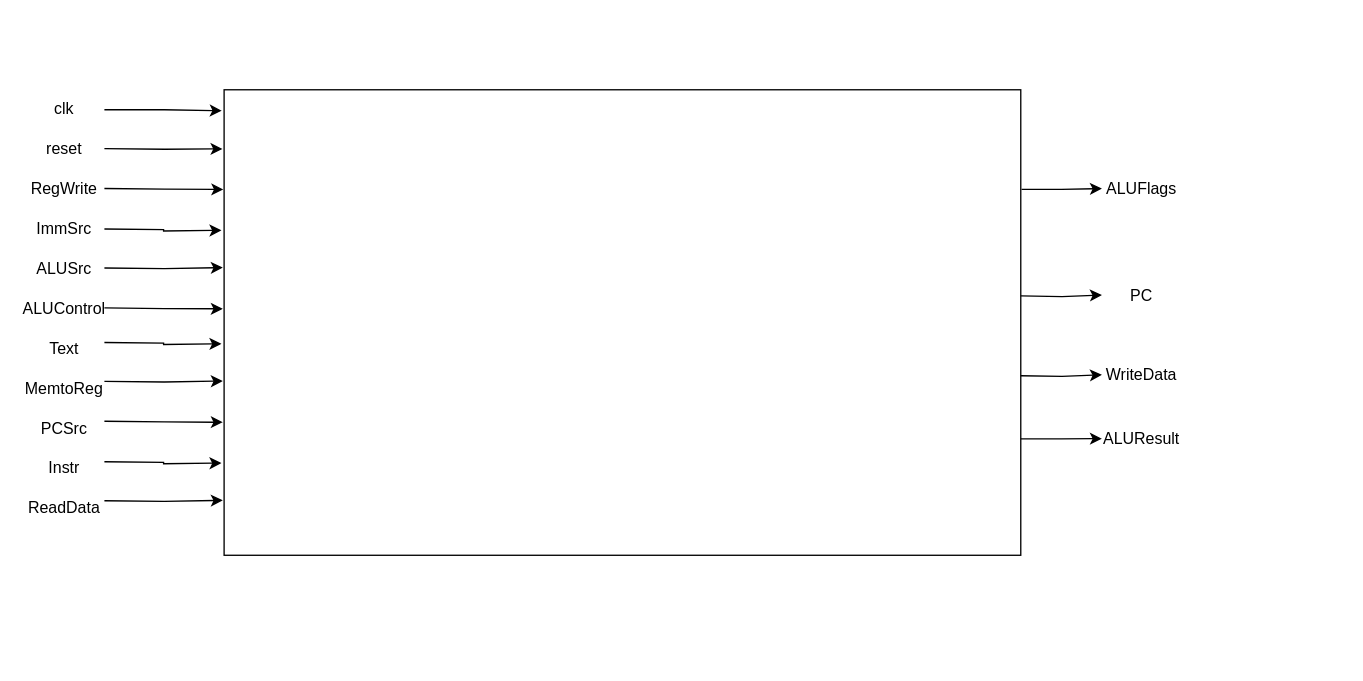
Before: ARM Single.drawio in pgpsouza/ARM_single.sv-hardware-schematic-, a draw.io diagram. Source tidied: cells renumbered, new cells numbered last; positions are measured from the earlier drawing's top-left corner, leaving out a move shared by most shapes. Both pictures are drawn from the tidied source at 133%, with x=0, y=0 at pixel (24, 89).
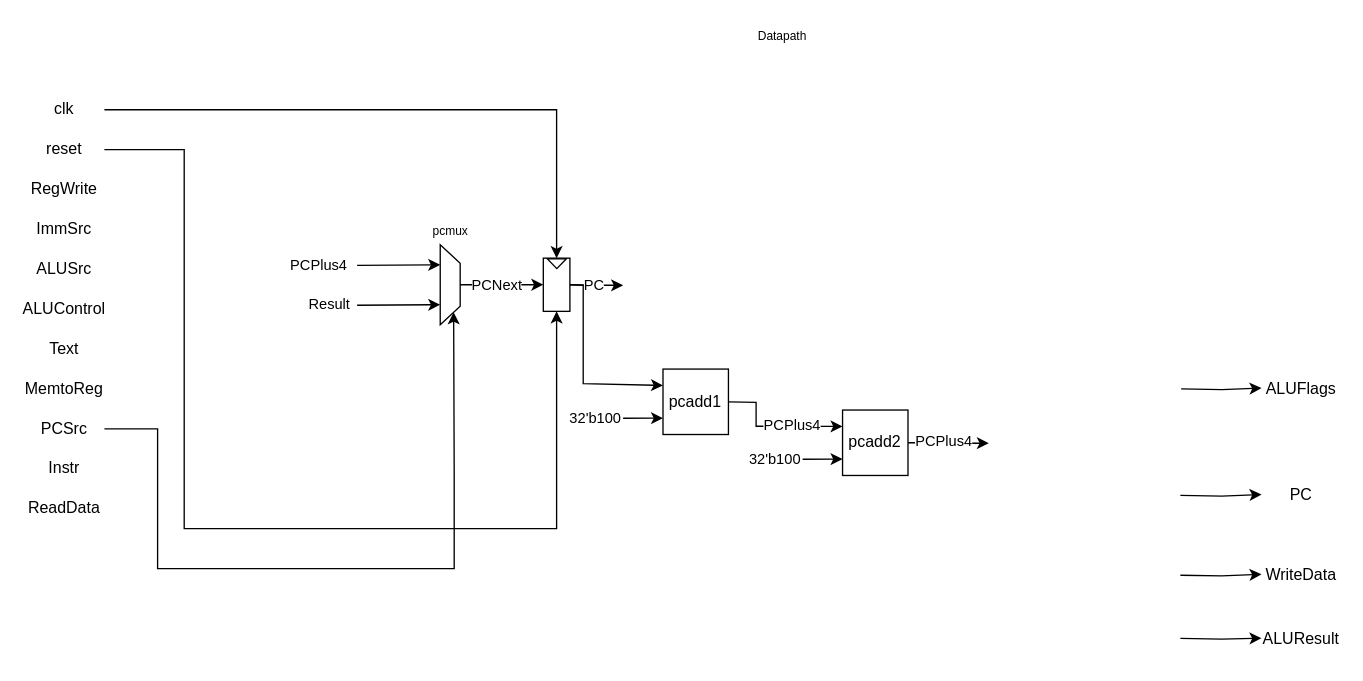
After the change.

The change refers to these unchanged cells:
```xml
<mxCell id="7" value="reset" style="text;html=1;align=center;verticalAlign=middle;whiteSpace=wrap;rounded=0;" parent="1" vertex="1">
  <mxGeometry y="30" width="60" height="30" as="geometry" />
</mxCell>
<mxCell id="10" value="PCSrc" style="text;html=1;align=center;verticalAlign=middle;whiteSpace=wrap;rounded=0;" parent="1" vertex="1">
  <mxGeometry y="240" width="60" height="30" as="geometry" />
</mxCell>
<mxCell id="14" value="clk" style="text;html=1;align=center;verticalAlign=middle;whiteSpace=wrap;rounded=0;" parent="1" vertex="1">
  <mxGeometry width="60" height="30" as="geometry" />
</mxCell>
```

What changed in the source:
```diff
@@
-    <mxCell id="2" style="edgeStyle=orthogonalEdgeStyle;rounded=0;jettySize=auto;html=1;exitX=1;exitY=0.75;exitDx=0;exitDy=0;" parent="1" edge="1" source="3">
+    <mxCell id="2" style="edgeStyle=orthogonalEdgeStyle;rounded=0;orthogonalLoop=1;jettySize=auto;html=1;exitX=1;exitY=0.75;exitDx=0;exitDy=0;" parent="1" edge="1">
       <mxGeometry relative="1" as="geometry">
-        <mxPoint x="810" y="262.3" as="targetPoint" />
+        <mxPoint x="869" y="412.5" as="sourcePoint" />
+        <mxPoint x="930" y="412.3" as="targetPoint" />
       </mxGeometry>
     </mxCell>
-    <mxCell id="3" style="rounded=0;whiteSpace=wrap;html=1;fillColor=none;" parent="1" vertex="1">
-      <mxGeometry x="150" width="599" height="350" as="geometry" />
-    </mxCell>
@@
+    <mxCell id="33" style="edgeStyle=orthogonalEdgeStyle;rounded=0;jettySize=auto;html=1;entryX=0;entryY=0.5;entryDx=0;entryDy=0;exitX=1;exitY=0.5;exitDx=0;exitDy=0;" parent="1" edge="1" source="7" target="35">
+      <mxGeometry relative="1" as="geometry">
+        <Array as="points">
+          <mxPoint x="120" y="45" />
+          <mxPoint x="120" y="330" />
+          <mxPoint x="400" y="330" />
+        </Array>
+      </mxGeometry>
+    </mxCell>
@@
+    <mxCell id="34" style="edgeStyle=orthogonalEdgeStyle;rounded=0;jettySize=auto;html=1;entryX=0;entryY=0.75;entryDx=0;entryDy=0;" parent="1" edge="1" source="10" target="39">
+      <mxGeometry relative="1" as="geometry">
+        <Array as="points">
+          <mxPoint x="100" y="255" />
+          <mxPoint x="100" y="360" />
+          <mxPoint x="323" y="360" />
+          <mxPoint x="323" y="288" />
+        </Array>
+      </mxGeometry>
+    </mxCell>
@@
-    <mxCell id="15" style="edgeStyle=orthogonalEdgeStyle;rounded=0;jettySize=auto;html=1;exitX=1;exitY=0.5;exitDx=0;exitDy=0;entryX=-0.003;entryY=0.045;entryDx=0;entryDy=0;entryPerimeter=0;" parent="1" edge="1" source="14" target="3">
+    <mxCell id="15" style="edgeStyle=orthogonalEdgeStyle;rounded=0;jettySize=auto;html=1;entryX=1;entryY=0.5;entryDx=0;entryDy=0;exitX=1;exitY=0.5;exitDx=0;exitDy=0;" parent="1" edge="1" source="14" target="35">
       <mxGeometry relative="1" as="geometry" />
     </mxCell>
-    <mxCell id="16" style="edgeStyle=orthogonalEdgeStyle;rounded=0;jettySize=auto;html=1;exitX=1;exitY=0.5;exitDx=0;exitDy=0;entryX=-0.002;entryY=0.127;entryDx=0;entryDy=0;entryPerimeter=0;" parent="1" edge="1" target="3">
-      <mxGeometry relative="1" as="geometry">
-        <mxPoint x="60" y="44.2" as="sourcePoint" />
-      </mxGeometry>
-    </mxCell>
-    <mxCell id="17" style="edgeStyle=orthogonalEdgeStyle;rounded=0;jettySize=auto;html=1;exitX=1;exitY=0.5;exitDx=0;exitDy=0;entryX=-0.001;entryY=0.214;entryDx=0;entryDy=0;entryPerimeter=0;" parent="1" edge="1" target="3">
-      <mxGeometry relative="1" as="geometry">
-        <mxPoint x="60" y="74.2" as="sourcePoint" />
-      </mxGeometry>
-    </mxCell>
-    <mxCell id="18" style="edgeStyle=orthogonalEdgeStyle;rounded=0;orthogonalLoop=1;jettySize=auto;html=1;exitX=1;exitY=0.5;exitDx=0;exitDy=0;entryX=-0.003;entryY=0.045;entryDx=0;entryDy=0;entryPerimeter=0;" parent="1" edge="1">
-      <mxGeometry relative="1" as="geometry">
-        <mxPoint x="60" y="104.7" as="sourcePoint" />
-        <mxPoint x="148" y="105.7" as="targetPoint" />
-      </mxGeometry>
-    </mxCell>
-    <mxCell id="19" style="edgeStyle=orthogonalEdgeStyle;rounded=0;orthogonalLoop=1;jettySize=auto;html=1;exitX=1;exitY=0.5;exitDx=0;exitDy=0;entryX=-0.002;entryY=0.127;entryDx=0;entryDy=0;entryPerimeter=0;" parent="1" edge="1">
-      <mxGeometry relative="1" as="geometry">
-        <mxPoint x="60" y="134" as="sourcePoint" />
-        <mxPoint x="149" y="133.7" as="targetPoint" />
-      </mxGeometry>
-    </mxCell>
-    <mxCell id="20" style="edgeStyle=orthogonalEdgeStyle;rounded=0;orthogonalLoop=1;jettySize=auto;html=1;exitX=1;exitY=0.5;exitDx=0;exitDy=0;entryX=-0.001;entryY=0.214;entryDx=0;entryDy=0;entryPerimeter=0;" parent="1" edge="1">
-      <mxGeometry relative="1" as="geometry">
-        <mxPoint x="60" y="164" as="sourcePoint" />
-        <mxPoint x="149" y="164.7" as="targetPoint" />
-      </mxGeometry>
-    </mxCell>
-    <mxCell id="21" style="edgeStyle=orthogonalEdgeStyle;rounded=0;orthogonalLoop=1;jettySize=auto;html=1;exitX=1;exitY=0.5;exitDx=0;exitDy=0;entryX=-0.003;entryY=0.045;entryDx=0;entryDy=0;entryPerimeter=0;" parent="1" edge="1">
-      <mxGeometry relative="1" as="geometry">
-        <mxPoint x="60" y="190" as="sourcePoint" />
-        <mxPoint x="148" y="191" as="targetPoint" />
-      </mxGeometry>
-    </mxCell>
-    <mxCell id="22" style="edgeStyle=orthogonalEdgeStyle;rounded=0;orthogonalLoop=1;jettySize=auto;html=1;exitX=1;exitY=0.5;exitDx=0;exitDy=0;entryX=-0.002;entryY=0.127;entryDx=0;entryDy=0;entryPerimeter=0;" parent="1" edge="1">
-      <mxGeometry relative="1" as="geometry">
-        <mxPoint x="60" y="219.2" as="sourcePoint" />
-        <mxPoint x="149" y="219" as="targetPoint" />
-      </mxGeometry>
-    </mxCell>
-    <mxCell id="23" style="edgeStyle=orthogonalEdgeStyle;rounded=0;orthogonalLoop=1;jettySize=auto;html=1;exitX=1;exitY=0.5;exitDx=0;exitDy=0;entryX=-0.001;entryY=0.214;entryDx=0;entryDy=0;entryPerimeter=0;" parent="1" edge="1">
-      <mxGeometry relative="1" as="geometry">
-        <mxPoint x="60" y="249.2" as="sourcePoint" />
-        <mxPoint x="149" y="250" as="targetPoint" />
-      </mxGeometry>
-    </mxCell>
-    <mxCell id="24" style="edgeStyle=orthogonalEdgeStyle;rounded=0;orthogonalLoop=1;jettySize=auto;html=1;exitX=1;exitY=0.5;exitDx=0;exitDy=0;entryX=-0.003;entryY=0.045;entryDx=0;entryDy=0;entryPerimeter=0;" parent="1" edge="1">
-      <mxGeometry relative="1" as="geometry">
-        <mxPoint x="60" y="279.7" as="sourcePoint" />
-        <mxPoint x="148" y="280.7" as="targetPoint" />
-      </mxGeometry>
-    </mxCell>
-    <mxCell id="25" style="edgeStyle=orthogonalEdgeStyle;rounded=0;orthogonalLoop=1;jettySize=auto;html=1;exitX=1;exitY=0.5;exitDx=0;exitDy=0;entryX=-0.002;entryY=0.127;entryDx=0;entryDy=0;entryPerimeter=0;" parent="1" edge="1">
-      <mxGeometry relative="1" as="geometry">
-        <mxPoint x="60" y="309" as="sourcePoint" />
-        <mxPoint x="149" y="308.7" as="targetPoint" />
-      </mxGeometry>
-    </mxCell>
     <mxCell id="26" value="ALUResult" style="text;html=1;align=center;verticalAlign=middle;whiteSpace=wrap;rounded=0;" parent="1" vertex="1">
-      <mxGeometry x="810" y="248" width="60" height="30" as="geometry" />
+      <mxGeometry x="930" y="398" width="60" height="30" as="geometry" />
     </mxCell>
     <mxCell id="27" style="edgeStyle=orthogonalEdgeStyle;rounded=0;orthogonalLoop=1;jettySize=auto;html=1;exitX=1;exitY=0.75;exitDx=0;exitDy=0;" parent="1" edge="1">
       <mxGeometry relative="1" as="geometry">
-        <mxPoint x="749" y="155" as="sourcePoint" />
-        <mxPoint x="810" y="154.3" as="targetPoint" />
+        <mxPoint x="869" y="305" as="sourcePoint" />
+        <mxPoint x="930" y="304.3" as="targetPoint" />
       </mxGeometry>
     </mxCell>
     <mxCell id="28" value="PC" style="text;html=1;align=center;verticalAlign=middle;whiteSpace=wrap;rounded=0;" parent="1" vertex="1">
-      <mxGeometry x="810" y="140" width="60" height="30" as="geometry" />
+      <mxGeometry x="930" y="290" width="60" height="30" as="geometry" />
     </mxCell>
-    <mxCell id="29" style="edgeStyle=orthogonalEdgeStyle;rounded=0;jettySize=auto;html=1;exitX=1.001;exitY=0.214;exitDx=0;exitDy=0;exitPerimeter=0;" parent="1" edge="1" source="3">
+    <mxCell id="29" style="edgeStyle=orthogonalEdgeStyle;rounded=0;orthogonalLoop=1;jettySize=auto;html=1;exitX=1.001;exitY=0.214;exitDx=0;exitDy=0;exitPerimeter=0;" parent="1" edge="1">
       <mxGeometry relative="1" as="geometry">
-        <mxPoint x="810" y="74.3" as="targetPoint" />
+        <mxPoint x="869.6" y="224.9" as="sourcePoint" />
+        <mxPoint x="930" y="224.3" as="targetPoint" />
       </mxGeometry>
     </mxCell>
     <mxCell id="30" value="ALUFlags" style="text;html=1;align=center;verticalAlign=middle;whiteSpace=wrap;rounded=0;" parent="1" vertex="1">
-      <mxGeometry x="810" y="60" width="60" height="30" as="geometry" />
+      <mxGeometry x="930" y="210" width="60" height="30" as="geometry" />
     </mxCell>
     <mxCell id="31" style="edgeStyle=orthogonalEdgeStyle;rounded=0;orthogonalLoop=1;jettySize=auto;html=1;exitX=1;exitY=0.75;exitDx=0;exitDy=0;" parent="1" edge="1">
       <mxGeometry relative="1" as="geometry">
-        <mxPoint x="749" y="215" as="sourcePoint" />
-        <mxPoint x="810" y="214.3" as="targetPoint" />
+        <mxPoint x="869" y="365" as="sourcePoint" />
+        <mxPoint x="930" y="364.3" as="targetPoint" />
       </mxGeometry>
     </mxCell>
     <mxCell id="32" value="WriteData" style="text;html=1;align=center;verticalAlign=middle;whiteSpace=wrap;rounded=0;" parent="1" vertex="1">
-      <mxGeometry x="810" y="200" width="60" height="30" as="geometry" />
+      <mxGeometry x="930" y="350" width="60" height="30" as="geometry" />
     </mxCell>
+    <mxCell id="35" style="rounded=0;whiteSpace=wrap;html=1;rotation=-90;fillColor=none;" parent="1" vertex="1">
+      <mxGeometry x="380" y="136.6" width="40" height="20" as="geometry" />
+    </mxCell>
+    <mxCell id="36" value="Datapath" style="text;html=1;align=center;verticalAlign=middle;whiteSpace=wrap;rounded=0;fontSize=9;" parent="1" vertex="1">
+      <mxGeometry x="545" y="-50" width="50.2" height="19" as="geometry" />
+    </mxCell>
+    <mxCell id="37" style="edgeStyle=orthogonalEdgeStyle;rounded=0;jettySize=auto;html=1;entryX=0.5;entryY=0;entryDx=0;entryDy=0;" parent="1" edge="1" source="39" target="35">
+      <mxGeometry relative="1" as="geometry" />
+    </mxCell>
+    <mxCell id="38" value="PCNext" style="edgeLabel;html=1;align=center;verticalAlign=middle;" parent="37" vertex="1">
+      <mxGeometry x="-0.22" relative="1" as="geometry">
+        <mxPoint x="3" as="offset" />
+      </mxGeometry>
+    </mxCell>
+    <mxCell id="39" style="verticalLabelPosition=middle;verticalAlign=middle;html=1;shape=trapezoid;perimeter=trapezoidPerimeter;whiteSpace=wrap;size=0.23;arcSize=10;flipV=1;labelPosition=center;align=center;fillColor=none;rotation=-90;" parent="1" vertex="1">
+      <mxGeometry x="290" y="139.1" width="60" height="15" as="geometry" />
+    </mxCell>
+    <mxCell id="40" value="pcmux" style="text;html=1;align=center;verticalAlign=middle;whiteSpace=wrap;rounded=0;fontSize=9;" parent="1" vertex="1">
+      <mxGeometry x="305" y="101" width="31.2" height="12" as="geometry" />
+    </mxCell>
+    <mxCell id="41" style="endArrow=classic;html=1;rounded=0;entryX=0.75;entryY=0;entryDx=0;entryDy=0;" parent="1" edge="1" target="39">
+      <mxGeometry relative="1" as="geometry">
+        <mxPoint x="250" y="132" as="sourcePoint" />
+      </mxGeometry>
+    </mxCell>
+    <mxCell id="42" value="PCPlus4" style="edgeLabel;html=1;align=center;verticalAlign=middle;" parent="41" vertex="1">
+      <mxGeometry x="-0.05" relative="1" as="geometry">
+        <mxPoint x="-59" as="offset" />
+      </mxGeometry>
+    </mxCell>
+    <mxCell id="43" style="endArrow=classic;html=1;rounded=0;entryX=0.25;entryY=0;entryDx=0;entryDy=0;" parent="1" edge="1" target="39">
+      <mxGeometry relative="1" as="geometry">
+        <mxPoint x="250" y="162" as="sourcePoint" />
+      </mxGeometry>
+    </mxCell>
+    <mxCell id="44" value="Result" style="edgeLabel;html=1;align=center;verticalAlign=middle;" parent="43" vertex="1">
+      <mxGeometry x="-0.01" y="1" relative="1" as="geometry">
+        <mxPoint x="-52" as="offset" />
+      </mxGeometry>
+    </mxCell>
+    <mxCell id="45" style="triangle;whiteSpace=wrap;html=1;fillColor=none;rotation=90;" parent="1" vertex="1">
+      <mxGeometry x="396.5" y="123.8" width="7.3" height="14.1" as="geometry" />
+    </mxCell>
+    <mxCell id="46" style="endArrow=classic;html=1;rounded=0;exitX=0.5;exitY=1;exitDx=0;exitDy=0;" parent="1" edge="1" source="35">
+      <mxGeometry relative="1" as="geometry">
+        <mxPoint x="450" y="147" as="targetPoint" />
+        <Array as="points">
+          <mxPoint x="430" y="147" />
+        </Array>
+      </mxGeometry>
+    </mxCell>
+    <mxCell id="47" value="PC" style="edgeLabel;html=1;align=center;verticalAlign=middle;" parent="46" vertex="1">
+      <mxGeometry x="-0.08" relative="1" as="geometry" />
+    </mxCell>
+    <mxCell id="48" value="pcadd1" style="whiteSpace=wrap;html=1;fillColor=none;" parent="1" vertex="1">
+      <mxGeometry x="480" y="210" width="49.2" height="49.2" as="geometry" />
+    </mxCell>
+    <mxCell id="49" style="endArrow=classic;html=1;rounded=0;exitX=0.5;exitY=1;exitDx=0;exitDy=0;entryX=0;entryY=0.25;entryDx=0;entryDy=0;" parent="1" edge="1" source="35" target="48">
+      <mxGeometry relative="1" as="geometry">
+        <Array as="points">
+          <mxPoint x="420" y="147" />
+          <mxPoint x="420" y="179" />
+          <mxPoint x="420" y="221" />
+        </Array>
+      </mxGeometry>
+    </mxCell>
+    <mxCell id="50" style="endArrow=classic;html=1;rounded=0;entryX=0;entryY=0.75;entryDx=0;entryDy=0;" parent="1" edge="1" target="48">
+      <mxGeometry relative="1" as="geometry">
+        <mxPoint x="450" y="247" as="sourcePoint" />
+      </mxGeometry>
+    </mxCell>
+    <mxCell id="51" value="32'b100" style="edgeLabel;html=1;align=center;verticalAlign=middle;" parent="50" vertex="1">
+      <mxGeometry x="-0.49" y="-1" relative="1" as="geometry">
+        <mxPoint x="-30" y="-1" as="offset" />
+      </mxGeometry>
+    </mxCell>
+    <mxCell id="52" style="endArrow=classic;html=1;rounded=0;exitX=1;exitY=0.5;exitDx=0;exitDy=0;entryX=0;entryY=0.25;entryDx=0;entryDy=0;" parent="1" edge="1" source="48" target="54">
+      <mxGeometry relative="1" as="geometry">
+        <Array as="points">
+          <mxPoint x="550" y="235" />
+          <mxPoint x="550" y="253" />
+        </Array>
+      </mxGeometry>
+    </mxCell>
+    <mxCell id="53" value="PCPlus4" style="edgeLabel;html=1;align=center;verticalAlign=middle;" parent="52" vertex="1">
+      <mxGeometry x="-0.25" y="2" relative="1" as="geometry">
+        <mxPoint x="26" as="offset" />
+      </mxGeometry>
+    </mxCell>
+    <mxCell id="54" value="pcadd2" style="whiteSpace=wrap;html=1;fillColor=none;" parent="1" vertex="1">
+      <mxGeometry x="615" y="240.8" width="49.2" height="49.2" as="geometry" />
+    </mxCell>
+    <mxCell id="55" style="endArrow=classic;html=1;rounded=0;entryX=0;entryY=0.75;entryDx=0;entryDy=0;" parent="1" edge="1" target="54">
+      <mxGeometry relative="1" as="geometry">
+        <mxPoint x="585" y="277.8" as="sourcePoint" />
+      </mxGeometry>
+    </mxCell>
+    <mxCell id="56" value="32'b100" style="edgeLabel;html=1;align=center;verticalAlign=middle;" parent="55" vertex="1">
+      <mxGeometry x="-0.49" y="-1" relative="1" as="geometry">
+        <mxPoint x="-30" y="-1" as="offset" />
+      </mxGeometry>
+    </mxCell>
+    <mxCell id="57" style="endArrow=classic;html=1;rounded=0;exitX=1;exitY=0.5;exitDx=0;exitDy=0;" parent="1" edge="1" source="54">
+      <mxGeometry relative="1" as="geometry">
+        <mxPoint x="725" y="265.8" as="targetPoint" />
+      </mxGeometry>
+    </mxCell>
+    <mxCell id="58" value="PCPlus4" style="edgeLabel;html=1;align=center;verticalAlign=middle;" parent="57" vertex="1">
+      <mxGeometry x="-0.25" y="2" relative="1" as="geometry">
+        <mxPoint x="3" as="offset" />
+      </mxGeometry>
+    </mxCell>
```
